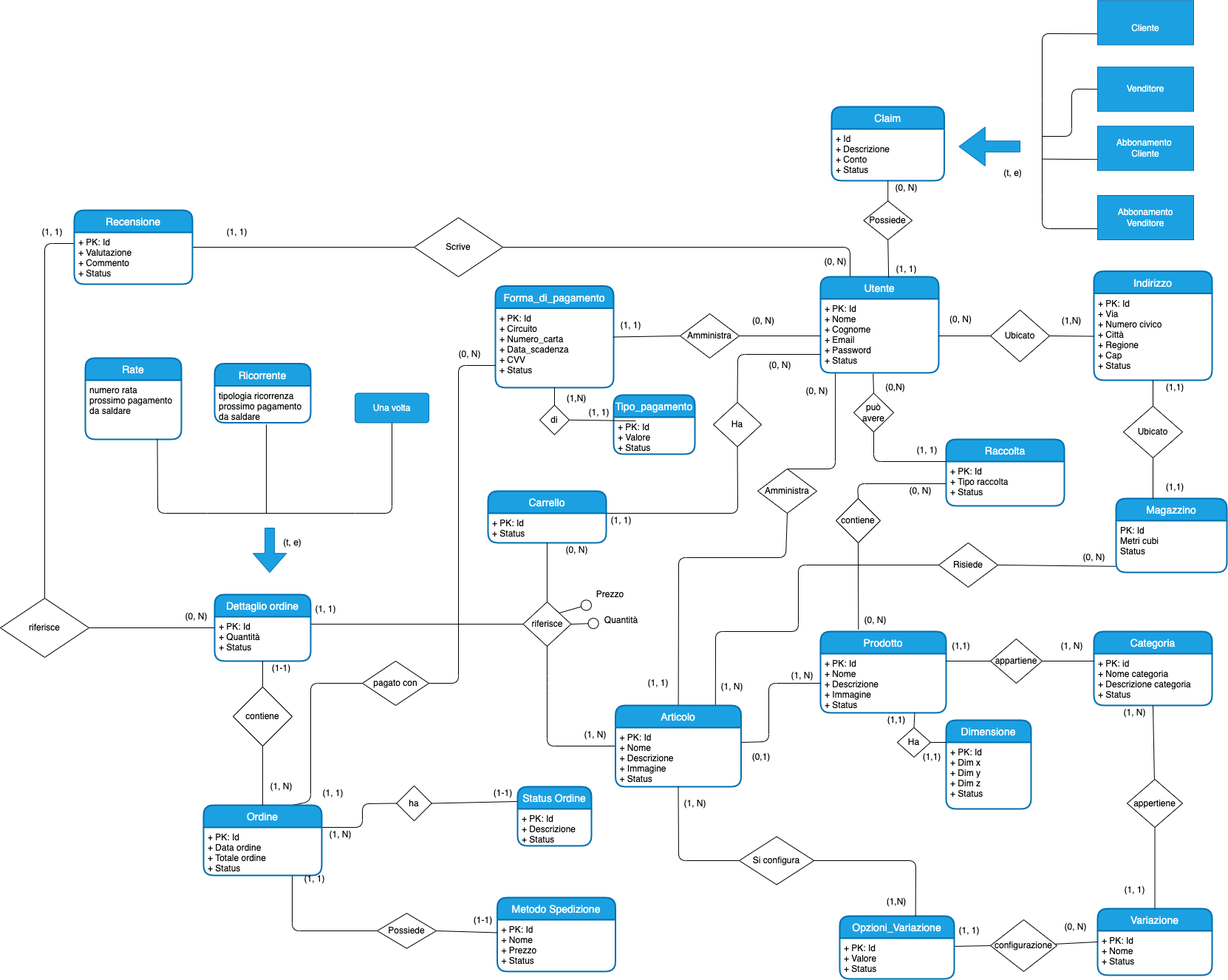
Before: doc/schema_concettuale/schema_concettuale.png, a diagram exported from draw.io (EndriDomiUni/E-commerce). Source tidied: cells renumbered, new cells last; positions are measured from the earlier drawing's top-left corner, leaving out a move shared by most shapes.
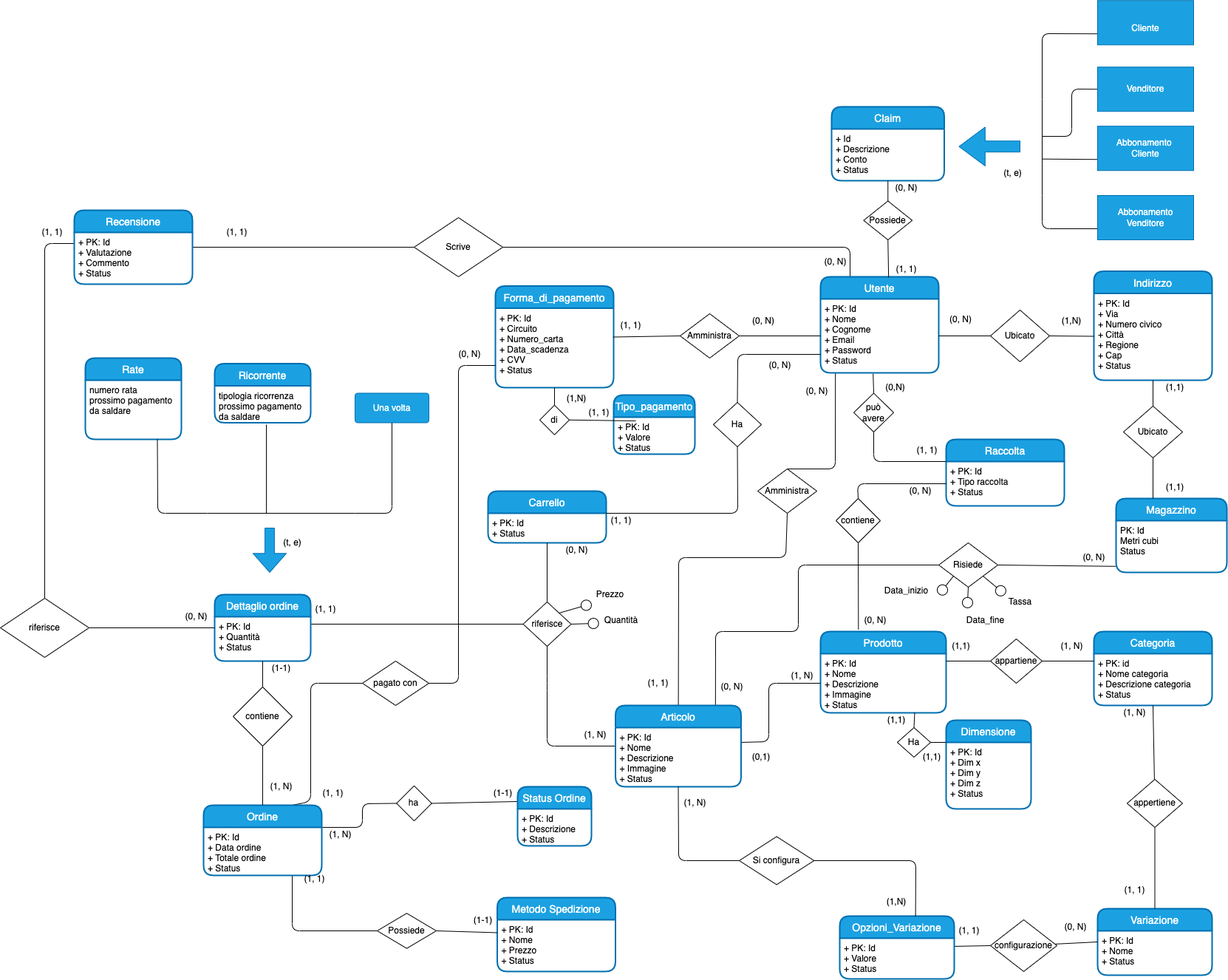
After the commit.

Diff of the diagram source:
```diff
@@ -598,7 +598,7 @@
     <mxCell id="165" value="(1, N)" style="text;html=1;align=center;verticalAlign=middle;strokeColor=none;fillColor=none;" parent="1" vertex="1">
       <mxGeometry x="780" y="979" width="50" height="30" as="geometry" />
     </mxCell>
-    <mxCell id="166" value="(1, N)" style="text;html=1;align=center;verticalAlign=middle;strokeColor=none;fillColor=none;" parent="1" vertex="1">
+    <mxCell id="166" value="(0, N)" style="text;html=1;align=center;verticalAlign=middle;strokeColor=none;fillColor=none;" parent="1" vertex="1">
       <mxGeometry x="965" y="914" width="50" height="30" as="geometry" />
     </mxCell>
     <mxCell id="167" style="edgeStyle=none;html=1;endArrow=circle;endFill=0;exitX=1;exitY=0.5;exitDx=0;exitDy=0;entryX=0.01;entryY=0.69;entryDx=0;entryDy=0;entryPerimeter=0;" parent="1" edge="1" source="61" target="62">
@@ -667,5 +667,27 @@
     <mxCell id="181" value="(t, e)" style="text;html=1;align=center;verticalAlign=middle;strokeColor=none;fillColor=none;" parent="1" vertex="1">
       <mxGeometry x="1350" y="224" width="40" height="20" as="geometry" />
     </mxCell>
+    <mxCell id="182" style="edgeStyle=none;html=1;endArrow=circle;endFill=0;exitX=0.5;exitY=1;exitDx=0;exitDy=0;entryX=0.158;entryY=-0.037;entryDx=0;entryDy=0;entryPerimeter=0;" parent="1" edge="1" source="56" target="185">
+      <mxGeometry relative="1" as="geometry" />
+    </mxCell>
+    <mxCell id="183" style="edgeStyle=none;html=1;endArrow=circle;endFill=0;exitX=0;exitY=1;exitDx=0;exitDy=0;" parent="1" edge="1" source="56">
+      <mxGeometry relative="1" as="geometry">
+        <mxPoint x="1270" y="804" as="targetPoint" />
+      </mxGeometry>
+    </mxCell>
+    <mxCell id="184" value="Data_inizio" style="text;html=1;align=center;verticalAlign=middle;strokeColor=none;fillColor=none;" parent="1" vertex="1">
+      <mxGeometry x="1186.2" y="784" width="80" height="30" as="geometry" />
+    </mxCell>
+    <mxCell id="185" value="Data_fine" style="text;html=1;align=center;verticalAlign=middle;points=[];strokeColor=none;fillColor=none;" parent="1" vertex="1">
+      <mxGeometry x="1297.5" y="824" width="70" height="30" as="geometry" />
+    </mxCell>
+    <mxCell id="186" style="edgeStyle=none;html=1;endArrow=circle;endFill=0;exitX=1;exitY=1;exitDx=0;exitDy=0;" parent="1" edge="1" source="56">
+      <mxGeometry relative="1" as="geometry">
+        <mxPoint x="1360" y="804" as="targetPoint" />
+      </mxGeometry>
+    </mxCell>
+    <mxCell id="187" value="Tassa" style="text;html=1;align=center;verticalAlign=middle;strokeColor=none;fillColor=none;" parent="1" vertex="1">
+      <mxGeometry x="1355" y="799" width="50" height="30" as="geometry" />
+    </mxCell>
   </root>
 </mxGraphModel>
```
